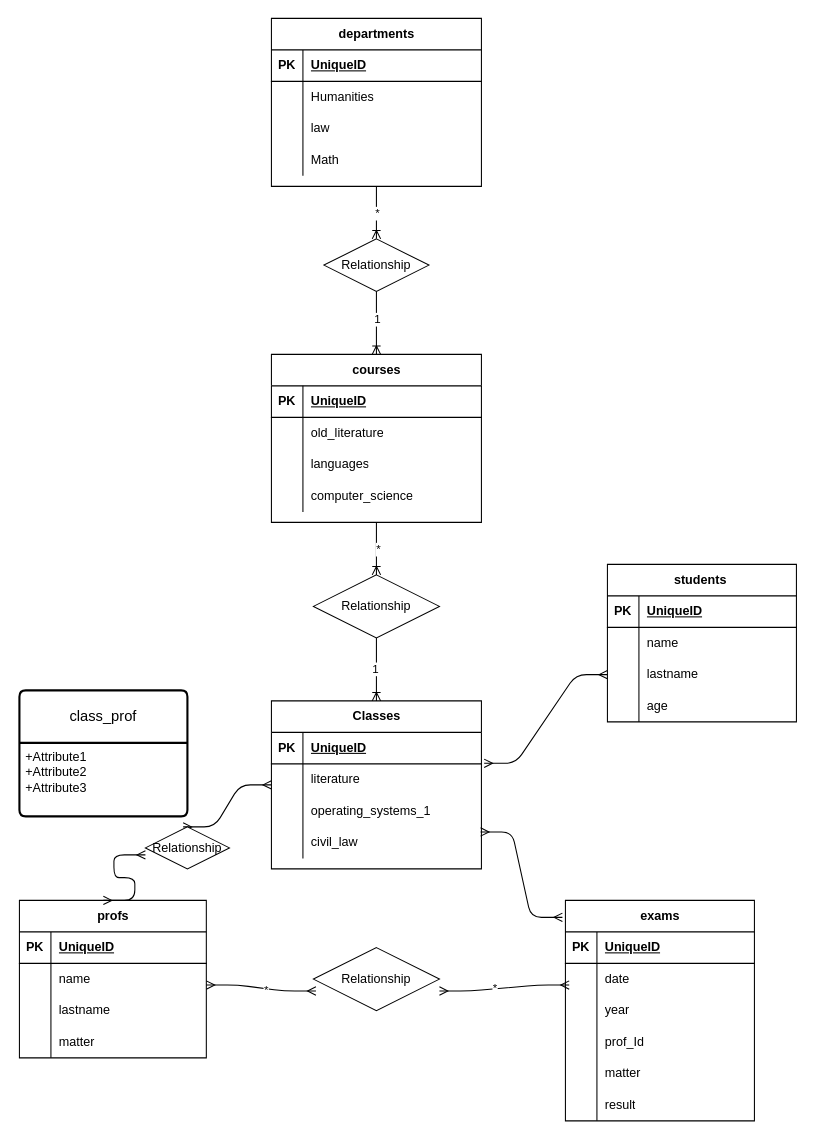
Above: versione_1/.drawio in marzia-blasi/db-university (draw.io), before the change. Source tidied: cells renumbered, new cells numbered last; positions are measured from the earlier drawing's top-left corner, leaving out a move shared by most shapes. Both pictures are drawn from the tidied source at 105%, with x=0, y=0 at pixel (19, 18).
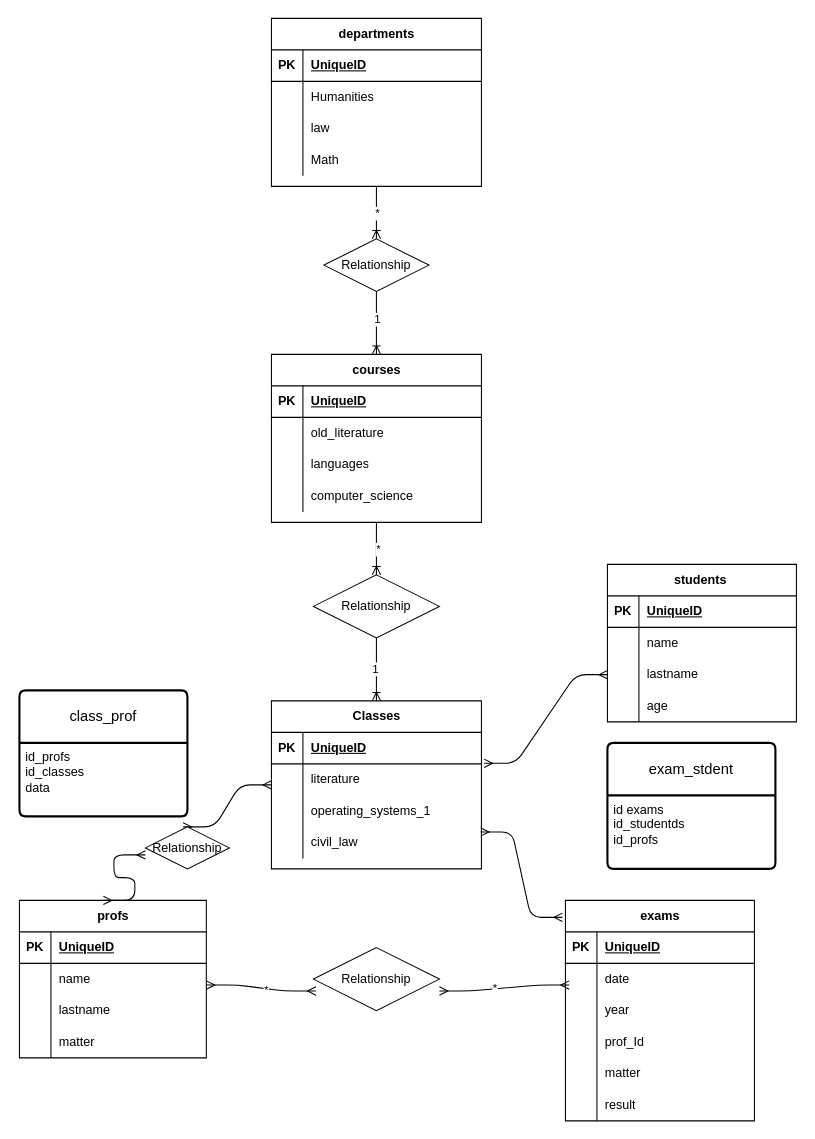
The same diagram, later.

The change refers to these unchanged cells:
```xml
<mxCell id="106" value="class_prof" style="swimlane;horizontal=1;startSize=50;rounded=1;fontSize=14;fontStyle=0;strokeWidth=2;shadow=0;dashed=0;align=center;arcSize=4;whiteSpace=wrap;html=1;" parent="1" vertex="1">
  <mxGeometry y="640" width="160" height="120" as="geometry" />
</mxCell>
```

Change to the diagram source:
```diff
@@
-    <mxCell id="107" value="+Attribute1&#10;+Attribute2&#10;+Attribute3" style="align=left;strokeColor=none;fillColor=none;spacingLeft=4;fontSize=12;verticalAlign=top;html=1;" parent="106" vertex="1">
+    <mxCell id="107" value="id_profs&lt;div&gt;id_classes&lt;/div&gt;&lt;div&gt;data&amp;nbsp;&lt;/div&gt;" style="align=left;strokeColor=none;fillColor=none;spacingLeft=4;fontSize=12;verticalAlign=top;html=1;" parent="106" vertex="1">
       <mxGeometry y="50" width="160" height="70" as="geometry" />
     </mxCell>
+    <mxCell id="108" value="exam_stdent" style="swimlane;horizontal=1;startSize=50;rounded=1;fontSize=14;fontStyle=0;strokeWidth=2;shadow=0;dashed=0;align=center;arcSize=4;whiteSpace=wrap;html=1;" parent="1" vertex="1">
+      <mxGeometry x="560" y="690" width="160" height="120" as="geometry" />
+    </mxCell>
+    <mxCell id="109" value="id exams&lt;div&gt;id_studentds&lt;/div&gt;&lt;div&gt;id_profs&lt;/div&gt;&lt;div&gt;&lt;br&gt;&lt;/div&gt;" style="align=left;strokeColor=none;fillColor=none;spacingLeft=4;fontSize=12;verticalAlign=top;html=1;" parent="108" vertex="1">
+      <mxGeometry y="50" width="160" height="70" as="geometry" />
+    </mxCell>
```
